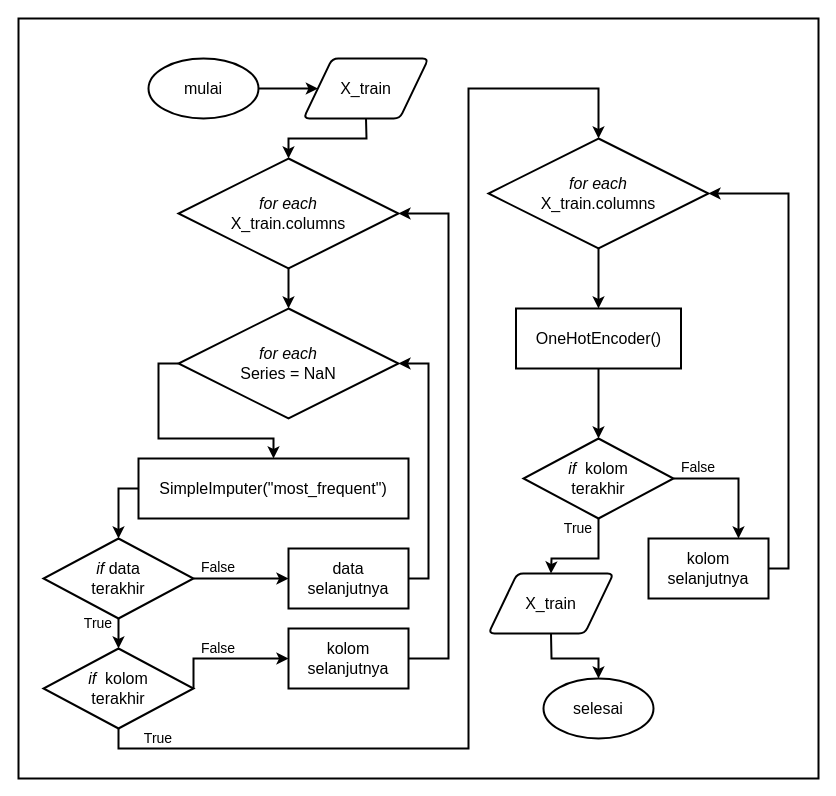
This is Images/flowchart_prep_categoric.drawio from rshby/skripsi, a draw.io file, before an edit. Source tidied: cells renumbered, new cells numbered last; positions are measured from the earlier drawing's top-left corner, leaving out a move shared by most shapes. Both pictures are drawn from the tidied source at 100%, with x=0, y=0 at pixel (18, 18).
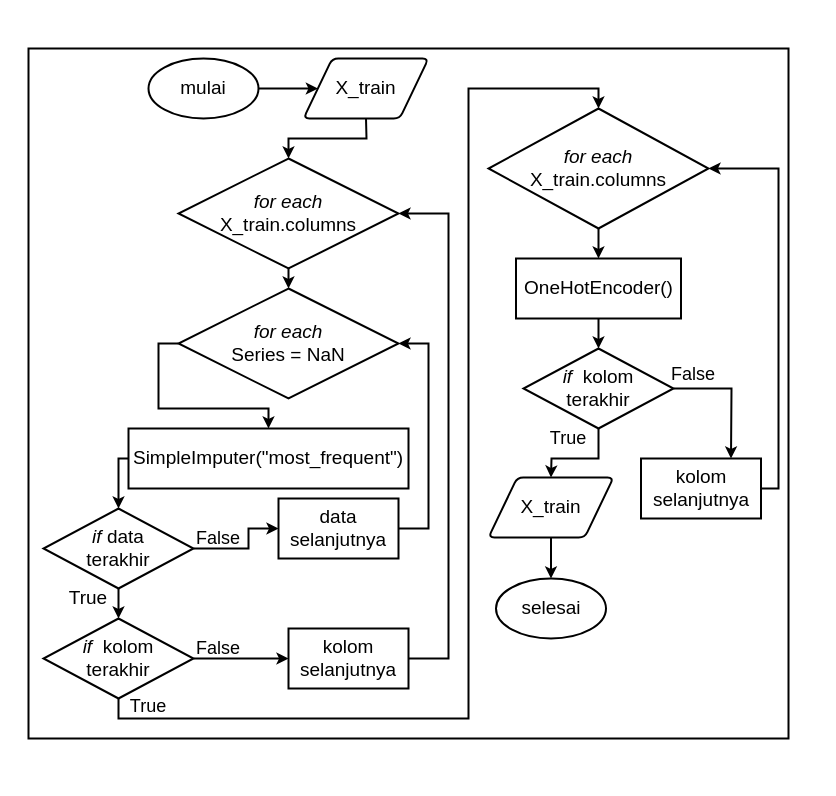
Above is the later version.

Change to the diagram source:
```diff
@@
-    <mxCell id="2" style="group;" parent="1" vertex="1">
-      <mxGeometry width="800" height="760" as="geometry" />
-    </mxCell>
-    <mxCell id="3" style="rounded=0;whiteSpace=wrap;html=1;strokeWidth=2;" parent="2" vertex="1">
-      <mxGeometry width="800" height="760" as="geometry" />
-    </mxCell>
+    <mxCell id="42" style="group;" parent="1" vertex="1">
+      <mxGeometry x="10" y="30" width="760" height="690" as="geometry" />
+    </mxCell>
+    <mxCell id="43" style="rounded=0;whiteSpace=wrap;html=1;fontSize=19;strokeWidth=2;" parent="42" vertex="1">
+      <mxGeometry width="760" height="690" as="geometry" />
+    </mxCell>
-    <mxCell id="4" value="&lt;font style=&quot;font-size: 16px&quot;&gt;mulai&lt;/font&gt;" style="ellipse;whiteSpace=wrap;html=1;strokeWidth=2;" parent="2" vertex="1">
-      <mxGeometry x="130" y="40" width="110" height="60" as="geometry" />
+    <mxCell id="4" value="&lt;font style=&quot;font-size: 19px&quot;&gt;mulai&lt;/font&gt;" style="ellipse;whiteSpace=wrap;html=1;strokeWidth=2;" parent="42" vertex="1">
+      <mxGeometry x="120" y="10" width="110" height="60" as="geometry" />
     </mxCell>
-    <mxCell id="5" value="&lt;font style=&quot;font-size: 16px&quot;&gt;selesai&lt;/font&gt;" style="ellipse;whiteSpace=wrap;html=1;strokeWidth=2;" parent="2" vertex="1">
-      <mxGeometry x="525" y="660" width="110" height="60" as="geometry" />
+    <mxCell id="5" value="&lt;font style=&quot;font-size: 19px&quot;&gt;selesai&lt;/font&gt;" style="ellipse;whiteSpace=wrap;html=1;strokeWidth=2;" parent="42" vertex="1">
+      <mxGeometry x="467.5" y="530" width="110" height="60" as="geometry" />
     </mxCell>
-    <mxCell id="6" value="&lt;font style=&quot;font-size: 16px&quot;&gt;X_train&lt;/font&gt;" style="shape=parallelogram;html=1;strokeWidth=2;perimeter=parallelogramPerimeter;whiteSpace=wrap;rounded=1;arcSize=12;size=0.23;" parent="2" vertex="1">
-      <mxGeometry x="285" y="40" width="125" height="60" as="geometry" />
+    <mxCell id="6" value="&lt;font style=&quot;font-size: 19px&quot;&gt;X_train&lt;/font&gt;" style="shape=parallelogram;html=1;strokeWidth=2;perimeter=parallelogramPerimeter;whiteSpace=wrap;rounded=1;arcSize=12;size=0.23;" parent="42" vertex="1">
+      <mxGeometry x="275" y="10" width="125" height="60" as="geometry" />
     </mxCell>
-    <mxCell id="7" value="&lt;font style=&quot;font-size: 16px&quot;&gt;&lt;i&gt;for each&lt;/i&gt;&lt;br&gt;X_train.columns&lt;/font&gt;" style="rhombus;whiteSpace=wrap;html=1;strokeWidth=2;" parent="2" vertex="1">
-      <mxGeometry x="160" y="140" width="220" height="110" as="geometry" />
+    <mxCell id="7" value="&lt;font style=&quot;font-size: 19px&quot;&gt;&lt;i&gt;for each&lt;/i&gt;&lt;br&gt;X_train.columns&lt;/font&gt;" style="rhombus;whiteSpace=wrap;html=1;strokeWidth=2;" parent="42" vertex="1">
+      <mxGeometry x="150" y="110" width="220" height="110" as="geometry" />
     </mxCell>
-    <mxCell id="8" style="endArrow=classic;html=1;exitX=1;exitY=0.5;exitDx=0;exitDy=0;strokeWidth=2;entryX=0;entryY=0.5;entryDx=0;entryDy=0;" parent="2" edge="1" source="4" target="6">
-      <mxGeometry as="geometry" />
+    <mxCell id="8" style="endArrow=classic;html=1;exitX=1;exitY=0.5;exitDx=0;exitDy=0;strokeWidth=2;entryX=0;entryY=0.5;entryDx=0;entryDy=0;" parent="42" edge="1" source="4" target="6">
+      <mxGeometry x="-10" y="-30" as="geometry" />
     </mxCell>
-    <mxCell id="9" style="endArrow=classic;html=1;strokeWidth=2;exitX=0.5;exitY=1;exitDx=0;exitDy=0;entryX=0.5;entryY=0;entryDx=0;entryDy=0;rounded=0;" parent="2" edge="1" source="6" target="7">
-      <mxGeometry as="geometry">
+    <mxCell id="9" style="endArrow=classic;html=1;strokeWidth=2;exitX=0.5;exitY=1;exitDx=0;exitDy=0;entryX=0.5;entryY=0;entryDx=0;entryDy=0;rounded=0;" parent="42" edge="1" source="6" target="7">
+      <mxGeometry x="-10" y="-30" as="geometry">
         <Array as="points">
-          <mxPoint x="348" y="120" />
-          <mxPoint x="270" y="120" />
+          <mxPoint x="338" y="90" />
+          <mxPoint x="260" y="90" />
         </Array>
       </mxGeometry>
     </mxCell>
-    <mxCell id="10" value="&lt;font style=&quot;font-size: 16px&quot;&gt;&lt;i&gt;for each&lt;/i&gt;&lt;br&gt;Series = NaN&lt;/font&gt;" style="rhombus;whiteSpace=wrap;html=1;strokeWidth=2;" parent="2" vertex="1">
-      <mxGeometry x="160" y="290" width="220" height="110" as="geometry" />
+    <mxCell id="10" value="&lt;font style=&quot;font-size: 19px&quot;&gt;&lt;i&gt;for each&lt;/i&gt;&lt;br&gt;Series = NaN&lt;/font&gt;" style="rhombus;whiteSpace=wrap;html=1;strokeWidth=2;" parent="42" vertex="1">
+      <mxGeometry x="150" y="240" width="220" height="110" as="geometry" />
     </mxCell>
-    <mxCell id="11" style="endArrow=classic;html=1;strokeWidth=2;exitX=0.5;exitY=1;exitDx=0;exitDy=0;entryX=0.5;entryY=0;entryDx=0;entryDy=0;" parent="2" edge="1" source="7" target="10">
-      <mxGeometry as="geometry" />
+    <mxCell id="11" style="endArrow=classic;html=1;strokeWidth=2;exitX=0.5;exitY=1;exitDx=0;exitDy=0;entryX=0.5;entryY=0;entryDx=0;entryDy=0;" parent="42" edge="1" source="7" target="10">
+      <mxGeometry x="-10" y="-30" as="geometry" />
     </mxCell>
-    <mxCell id="12" value="&lt;font style=&quot;font-size: 16px&quot;&gt;SimpleImputer(&quot;most_frequent&quot;)&lt;/font&gt;" style="rounded=0;whiteSpace=wrap;html=1;strokeWidth=2;" parent="2" vertex="1">
-      <mxGeometry x="120" y="440" width="270" height="60" as="geometry" />
+    <mxCell id="12" value="&lt;font style=&quot;font-size: 19px&quot;&gt;SimpleImputer(&quot;most_frequent&quot;)&lt;/font&gt;" style="rounded=0;whiteSpace=wrap;html=1;strokeWidth=2;" parent="42" vertex="1">
+      <mxGeometry x="100" y="380" width="280" height="60" as="geometry" />
     </mxCell>
-    <mxCell id="13" style="endArrow=classic;html=1;strokeWidth=2;exitX=0;exitY=0.5;exitDx=0;exitDy=0;entryX=0.5;entryY=0;entryDx=0;entryDy=0;rounded=0;" parent="2" edge="1" source="10" target="12">
-      <mxGeometry as="geometry">
+    <mxCell id="13" style="endArrow=classic;html=1;strokeWidth=2;exitX=0;exitY=0.5;exitDx=0;exitDy=0;entryX=0.5;entryY=0;entryDx=0;entryDy=0;rounded=0;" parent="42" edge="1" source="10" target="12">
+      <mxGeometry x="110" y="-180" as="geometry">
         <Array as="points">
-          <mxPoint x="140" y="345" />
-          <mxPoint x="140" y="420" />
-          <mxPoint x="255" y="420" />
+          <mxPoint x="130" y="295" />
+          <mxPoint x="130" y="360" />
+          <mxPoint x="240" y="360" />
         </Array>
       </mxGeometry>
     </mxCell>
-    <mxCell id="14" value="&lt;font style=&quot;font-size: 16px&quot;&gt;&lt;i&gt;if&lt;/i&gt;&amp;nbsp;data&lt;br&gt;terakhir&lt;/font&gt;" style="rhombus;whiteSpace=wrap;html=1;strokeWidth=2;" parent="2" vertex="1">
-      <mxGeometry x="25" y="520" width="150" height="80" as="geometry" />
+    <mxCell id="14" value="&lt;font style=&quot;font-size: 19px&quot;&gt;&lt;i&gt;if&lt;/i&gt;&amp;nbsp;data&lt;br&gt;terakhir&lt;/font&gt;" style="rhombus;whiteSpace=wrap;html=1;strokeWidth=2;" parent="42" vertex="1">
+      <mxGeometry x="15" y="460" width="150" height="80" as="geometry" />
     </mxCell>
-    <mxCell id="15" value="&lt;font style=&quot;font-size: 16px&quot;&gt;data&lt;br&gt;selanjutnya&lt;/font&gt;" style="rounded=0;whiteSpace=wrap;html=1;strokeWidth=2;" parent="2" vertex="1">
-      <mxGeometry x="270" y="530" width="120" height="60" as="geometry" />
+    <mxCell id="15" value="&lt;font style=&quot;font-size: 19px&quot;&gt;data&lt;br&gt;selanjutnya&lt;/font&gt;" style="rounded=0;whiteSpace=wrap;html=1;strokeWidth=2;" parent="42" vertex="1">
+      <mxGeometry x="250" y="450" width="120" height="60" as="geometry" />
     </mxCell>
-    <mxCell id="16" value="&lt;font style=&quot;font-size: 16px&quot;&gt;&lt;i&gt;if&lt;/i&gt;&amp;nbsp; kolom&lt;br&gt;terakhir&lt;/font&gt;" style="rhombus;whiteSpace=wrap;html=1;strokeWidth=2;" parent="2" vertex="1">
-      <mxGeometry x="25" y="630" width="150" height="80" as="geometry" />
+    <mxCell id="16" value="&lt;font style=&quot;font-size: 19px&quot;&gt;&lt;i&gt;if&lt;/i&gt;&amp;nbsp; kolom&lt;br&gt;terakhir&lt;/font&gt;" style="rhombus;whiteSpace=wrap;html=1;strokeWidth=2;" parent="42" vertex="1">
+      <mxGeometry x="15" y="570" width="150" height="80" as="geometry" />
     </mxCell>
-    <mxCell id="17" value="&lt;font style=&quot;font-size: 16px&quot;&gt;kolom&lt;br&gt;selanjutnya&lt;/font&gt;" style="rounded=0;whiteSpace=wrap;html=1;strokeWidth=2;" parent="2" vertex="1">
-      <mxGeometry x="270" y="610" width="120" height="60" as="geometry" />
+    <mxCell id="17" value="&lt;font style=&quot;font-size: 19px&quot;&gt;kolom&lt;br&gt;selanjutnya&lt;/font&gt;" style="rounded=0;whiteSpace=wrap;html=1;strokeWidth=2;" parent="42" vertex="1">
+      <mxGeometry x="260" y="580" width="120" height="60" as="geometry" />
     </mxCell>
-    <mxCell id="18" style="endArrow=classic;html=1;strokeWidth=2;exitX=0;exitY=0.5;exitDx=0;exitDy=0;entryX=0.5;entryY=0;entryDx=0;entryDy=0;rounded=0;" parent="2" edge="1" source="12" target="14">
-      <mxGeometry as="geometry">
+    <mxCell id="18" style="endArrow=classic;html=1;strokeWidth=2;exitX=0;exitY=0.5;exitDx=0;exitDy=0;entryX=0.5;entryY=0;entryDx=0;entryDy=0;rounded=0;" parent="42" edge="1" source="12" target="14">
+      <mxGeometry x="-10" y="-30" as="geometry">
         <Array as="points">
-          <mxPoint x="100" y="470" />
+          <mxPoint x="90" y="410" />
         </Array>
       </mxGeometry>
     </mxCell>
-    <mxCell id="19" style="endArrow=classic;html=1;strokeWidth=2;exitX=1;exitY=0.5;exitDx=0;exitDy=0;entryX=1;entryY=0.5;entryDx=0;entryDy=0;rounded=0;" parent="2" edge="1" source="15" target="10">
-      <mxGeometry as="geometry">
+    <mxCell id="19" style="endArrow=classic;html=1;strokeWidth=2;exitX=1;exitY=0.5;exitDx=0;exitDy=0;entryX=1;entryY=0.5;entryDx=0;entryDy=0;rounded=0;" parent="42" edge="1" source="15" target="10">
+      <mxGeometry x="-10" y="-30" as="geometry">
         <Array as="points">
-          <mxPoint x="410" y="560" />
-          <mxPoint x="410" y="345" />
+          <mxPoint x="400" y="480" />
+          <mxPoint x="400" y="295" />
         </Array>
       </mxGeometry>
     </mxCell>
-    <mxCell id="20" style="endArrow=classic;html=1;strokeWidth=2;exitX=1;exitY=0.5;exitDx=0;exitDy=0;entryX=1;entryY=0.5;entryDx=0;entryDy=0;rounded=0;" parent="2" edge="1" source="17" target="7">
-      <mxGeometry as="geometry">
+    <mxCell id="20" style="endArrow=classic;html=1;strokeWidth=2;exitX=1;exitY=0.5;exitDx=0;exitDy=0;entryX=1;entryY=0.5;entryDx=0;entryDy=0;rounded=0;" parent="42" edge="1" source="17" target="7">
+      <mxGeometry x="-10" y="-30" as="geometry">
         <Array as="points">
-          <mxPoint x="430" y="640" />
-          <mxPoint x="430" y="195" />
+          <mxPoint x="420" y="610" />
+          <mxPoint x="420" y="165" />
         </Array>
       </mxGeometry>
     </mxCell>
-    <mxCell id="21" style="endArrow=classic;html=1;strokeWidth=2;exitX=1;exitY=0.5;exitDx=0;exitDy=0;entryX=0;entryY=0.5;entryDx=0;entryDy=0;" parent="2" edge="1" source="14" target="15">
-      <mxGeometry as="geometry" />
+    <mxCell id="21" style="endArrow=classic;html=1;strokeWidth=2;exitX=1;exitY=0.5;exitDx=0;exitDy=0;entryX=0;entryY=0.5;entryDx=0;entryDy=0;rounded=0;" parent="42" edge="1" source="14" target="15">
+      <mxGeometry x="-10" y="-30" as="geometry">
+        <Array as="points">
+          <mxPoint x="220" y="500" />
+          <mxPoint x="220" y="480" />
+        </Array>
+      </mxGeometry>
     </mxCell>
-    <mxCell id="22" style="endArrow=classic;html=1;strokeWidth=2;exitX=0.5;exitY=1;exitDx=0;exitDy=0;" parent="2" edge="1" source="14">
-      <mxGeometry as="geometry">
-        <mxPoint x="100" y="630" as="targetPoint" />
-      </mxGeometry>
+    <mxCell id="22" style="endArrow=classic;html=1;strokeWidth=2;exitX=0.5;exitY=1;exitDx=0;exitDy=0;entryX=0.5;entryY=0;entryDx=0;entryDy=0;" parent="42" edge="1" source="14" target="16">
+      <mxGeometry x="-10" y="-30" as="geometry" />
     </mxCell>
-    <mxCell id="23" style="endArrow=classic;html=1;strokeWidth=2;exitX=1;exitY=0.5;exitDx=0;exitDy=0;entryX=0;entryY=0.5;entryDx=0;entryDy=0;rounded=0;" parent="2" edge="1" source="16" target="17">
-      <mxGeometry as="geometry">
+    <mxCell id="23" style="endArrow=classic;html=1;strokeWidth=2;exitX=1;exitY=0.5;exitDx=0;exitDy=0;entryX=0;entryY=0.5;entryDx=0;entryDy=0;rounded=0;" parent="42" edge="1" source="16" target="17">
+      <mxGeometry x="-10" y="-30" as="geometry">
         <Array as="points">
-          <mxPoint x="175" y="640" />
+          <mxPoint x="165" y="610" />
         </Array>
       </mxGeometry>
     </mxCell>
-    <mxCell id="24" value="&lt;font style=&quot;font-size: 16px&quot;&gt;&lt;i&gt;for each&lt;/i&gt;&lt;br&gt;X_train.columns&lt;/font&gt;" style="rhombus;whiteSpace=wrap;html=1;strokeWidth=2;" parent="2" vertex="1">
-      <mxGeometry x="470" y="120" width="220" height="110" as="geometry" />
+    <mxCell id="24" value="&lt;font style=&quot;font-size: 19px&quot;&gt;&lt;i&gt;for each&lt;/i&gt;&lt;br&gt;X_train.columns&lt;/font&gt;" style="rhombus;whiteSpace=wrap;html=1;strokeWidth=2;" parent="42" vertex="1">
+      <mxGeometry x="460" y="60" width="220" height="120" as="geometry" />
     </mxCell>
-    <mxCell id="25" style="endArrow=classic;html=1;strokeWidth=2;exitX=0.5;exitY=1;exitDx=0;exitDy=0;entryX=0.5;entryY=0;entryDx=0;entryDy=0;rounded=0;" parent="2" edge="1" source="16" target="24">
-      <mxGeometry as="geometry">
+    <mxCell id="25" style="endArrow=classic;html=1;strokeWidth=2;exitX=0.5;exitY=1;exitDx=0;exitDy=0;entryX=0.5;entryY=0;entryDx=0;entryDy=0;rounded=0;" parent="42" edge="1" source="16" target="24">
+      <mxGeometry x="-10" y="-30" as="geometry">
         <Array as="points">
-          <mxPoint x="100" y="730" />
-          <mxPoint x="450" y="730" />
-          <mxPoint x="450" y="70" />
-          <mxPoint x="580" y="70" />
+          <mxPoint x="90" y="670" />
+          <mxPoint x="440" y="670" />
+          <mxPoint x="440" y="40" />
+          <mxPoint x="570" y="40" />
         </Array>
       </mxGeometry>
     </mxCell>
-    <mxCell id="26" value="&lt;font style=&quot;font-size: 16px&quot;&gt;&lt;i&gt;if&lt;/i&gt;&amp;nbsp; kolom&lt;br&gt;terakhir&lt;/font&gt;" style="rhombus;whiteSpace=wrap;html=1;strokeWidth=2;" parent="2" vertex="1">
-      <mxGeometry x="505" y="420" width="150" height="80" as="geometry" />
+    <mxCell id="26" value="&lt;font style=&quot;font-size: 19px&quot;&gt;&lt;i&gt;if&lt;/i&gt;&amp;nbsp; kolom&lt;br&gt;terakhir&lt;/font&gt;" style="rhombus;whiteSpace=wrap;html=1;strokeWidth=2;" parent="42" vertex="1">
+      <mxGeometry x="495" y="300" width="150" height="80" as="geometry" />
     </mxCell>
-    <mxCell id="27" value="&lt;font style=&quot;font-size: 16px&quot;&gt;OneHotEncoder()&lt;/font&gt;" style="rounded=0;whiteSpace=wrap;html=1;strokeWidth=2;" parent="2" vertex="1">
-      <mxGeometry x="497.5" y="290" width="165" height="60" as="geometry" />
+    <mxCell id="27" value="&lt;font style=&quot;font-size: 19px&quot;&gt;OneHotEncoder()&lt;/font&gt;" style="rounded=0;whiteSpace=wrap;html=1;strokeWidth=2;" parent="42" vertex="1">
+      <mxGeometry x="487.5" y="210" width="165" height="60" as="geometry" />
     </mxCell>
-    <mxCell id="28" value="&lt;font style=&quot;font-size: 16px&quot;&gt;kolom&lt;br&gt;selanjutnya&lt;/font&gt;" style="rounded=0;whiteSpace=wrap;html=1;strokeWidth=2;" parent="2" vertex="1">
-      <mxGeometry x="630" y="520" width="120" height="60" as="geometry" />
+    <mxCell id="28" value="&lt;font style=&quot;font-size: 19px&quot;&gt;kolom&lt;br&gt;selanjutnya&lt;/font&gt;" style="rounded=0;whiteSpace=wrap;html=1;strokeWidth=2;" parent="42" vertex="1">
+      <mxGeometry x="612.5" y="410" width="120" height="60" as="geometry" />
     </mxCell>
-    <mxCell id="29" style="endArrow=classic;html=1;strokeWidth=2;exitX=0.5;exitY=1;exitDx=0;exitDy=0;entryX=0.5;entryY=0;entryDx=0;entryDy=0;" parent="2" edge="1" source="24" target="27">
-      <mxGeometry as="geometry" />
+    <mxCell id="29" style="endArrow=classic;html=1;strokeWidth=2;exitX=0.5;exitY=1;exitDx=0;exitDy=0;entryX=0.5;entryY=0;entryDx=0;entryDy=0;" parent="42" edge="1" source="24" target="27">
+      <mxGeometry x="-10" y="-30" as="geometry" />
     </mxCell>
-    <mxCell id="30" style="endArrow=classic;html=1;strokeWidth=2;exitX=0.5;exitY=1;exitDx=0;exitDy=0;entryX=0.5;entryY=0;entryDx=0;entryDy=0;" parent="2" edge="1" source="27" target="26">
-      <mxGeometry as="geometry" />
+    <mxCell id="30" style="endArrow=classic;html=1;strokeWidth=2;exitX=0.5;exitY=1;exitDx=0;exitDy=0;entryX=0.5;entryY=0;entryDx=0;entryDy=0;" parent="42" edge="1" source="27" target="26">
+      <mxGeometry x="-10" y="-30" as="geometry" />
     </mxCell>
-    <mxCell id="31" style="endArrow=classic;html=1;strokeWidth=2;exitX=1;exitY=0.5;exitDx=0;exitDy=0;entryX=0.75;entryY=0;entryDx=0;entryDy=0;rounded=0;" parent="2" edge="1" source="26" target="28">
-      <mxGeometry as="geometry">
+    <mxCell id="31" style="endArrow=classic;html=1;strokeWidth=2;exitX=1;exitY=0.5;exitDx=0;exitDy=0;entryX=0.75;entryY=0;entryDx=0;entryDy=0;rounded=0;" parent="42" edge="1" source="26" target="28">
+      <mxGeometry x="110" y="-180" as="geometry">
         <Array as="points">
-          <mxPoint x="720" y="460" />
+          <mxPoint x="703" y="340" />
         </Array>
       </mxGeometry>
     </mxCell>
-    <mxCell id="32" style="endArrow=classic;html=1;strokeWidth=2;exitX=0.5;exitY=1;exitDx=0;exitDy=0;entryX=0.5;entryY=0;entryDx=0;entryDy=0;rounded=0;" parent="2" edge="1" source="26" target="40">
-      <mxGeometry as="geometry">
+    <mxCell id="32" style="endArrow=classic;html=1;strokeWidth=2;exitX=0.5;exitY=1;exitDx=0;exitDy=0;entryX=0.5;entryY=0;entryDx=0;entryDy=0;rounded=0;" parent="42" edge="1" source="26" target="40">
+      <mxGeometry x="110" y="-180" as="geometry">
         <Array as="points">
-          <mxPoint x="580" y="540" />
-          <mxPoint x="533" y="540" />
+          <mxPoint x="570" y="410" />
+          <mxPoint x="523" y="410" />
         </Array>
       </mxGeometry>
     </mxCell>
-    <mxCell id="33" style="endArrow=classic;html=1;strokeWidth=2;exitX=1;exitY=0.5;exitDx=0;exitDy=0;entryX=1;entryY=0.5;entryDx=0;entryDy=0;rounded=0;" parent="2" edge="1" source="28" target="24">
-      <mxGeometry as="geometry">
+    <mxCell id="33" style="endArrow=classic;html=1;strokeWidth=2;exitX=1;exitY=0.5;exitDx=0;exitDy=0;entryX=1;entryY=0.5;entryDx=0;entryDy=0;rounded=0;" parent="42" edge="1" source="28" target="24">
+      <mxGeometry x="-10" y="-30" as="geometry">
         <Array as="points">
-          <mxPoint x="770" y="550" />
-          <mxPoint x="770" y="175" />
+          <mxPoint x="750" y="440" />
+          <mxPoint x="750" y="120" />
         </Array>
       </mxGeometry>
     </mxCell>
-    <mxCell id="34" value="&lt;font style=&quot;font-size: 14px&quot;&gt;True&lt;/font&gt;" style="text;html=1;strokeColor=none;fillColor=none;align=center;verticalAlign=middle;whiteSpace=wrap;rounded=0;" parent="2" vertex="1">
-      <mxGeometry x="60" y="595" width="40" height="20" as="geometry" />
+    <mxCell id="34" value="&lt;font style=&quot;font-size: 19px&quot;&gt;True&lt;/font&gt;" style="text;html=1;strokeColor=none;fillColor=none;align=center;verticalAlign=middle;whiteSpace=wrap;rounded=0;" parent="42" vertex="1">
+      <mxGeometry x="40" y="540" width="40" height="20" as="geometry" />
     </mxCell>
-    <mxCell id="35" value="&lt;font style=&quot;font-size: 14px&quot;&gt;False&lt;/font&gt;" style="text;html=1;strokeColor=none;fillColor=none;align=center;verticalAlign=middle;whiteSpace=wrap;rounded=0;" parent="2" vertex="1">
-      <mxGeometry x="180" y="539" width="40" height="20" as="geometry" />
+    <mxCell id="35" value="&lt;font style=&quot;font-size: 18px&quot;&gt;False&lt;/font&gt;" style="text;html=1;strokeColor=none;fillColor=none;align=center;verticalAlign=middle;whiteSpace=wrap;rounded=0;" parent="42" vertex="1">
+      <mxGeometry x="170" y="480" width="40" height="20" as="geometry" />
     </mxCell>
-    <mxCell id="36" value="&lt;font style=&quot;font-size: 14px&quot;&gt;False&lt;/font&gt;" style="text;html=1;strokeColor=none;fillColor=none;align=center;verticalAlign=middle;whiteSpace=wrap;rounded=0;" parent="2" vertex="1">
-      <mxGeometry x="180" y="620" width="40" height="20" as="geometry" />
+    <mxCell id="36" value="&lt;font style=&quot;font-size: 18px&quot;&gt;False&lt;/font&gt;" style="text;html=1;strokeColor=none;fillColor=none;align=center;verticalAlign=middle;whiteSpace=wrap;rounded=0;" parent="42" vertex="1">
+      <mxGeometry x="170" y="590" width="40" height="20" as="geometry" />
     </mxCell>
-    <mxCell id="37" value="&lt;font style=&quot;font-size: 14px&quot;&gt;True&lt;/font&gt;" style="text;html=1;strokeColor=none;fillColor=none;align=center;verticalAlign=middle;whiteSpace=wrap;rounded=0;" parent="2" vertex="1">
-      <mxGeometry x="120" y="710" width="40" height="20" as="geometry" />
+    <mxCell id="37" value="&lt;font style=&quot;font-size: 18px&quot;&gt;True&lt;/font&gt;" style="text;html=1;strokeColor=none;fillColor=none;align=center;verticalAlign=middle;whiteSpace=wrap;rounded=0;" parent="42" vertex="1">
+      <mxGeometry x="100" y="648" width="40" height="20" as="geometry" />
     </mxCell>
-    <mxCell id="38" value="&lt;font style=&quot;font-size: 14px&quot;&gt;False&lt;/font&gt;" style="text;html=1;strokeColor=none;fillColor=none;align=center;verticalAlign=middle;whiteSpace=wrap;rounded=0;" parent="2" vertex="1">
-      <mxGeometry x="660" y="439" width="40" height="20" as="geometry" />
+    <mxCell id="38" value="&lt;font style=&quot;font-size: 18px&quot;&gt;False&lt;/font&gt;" style="text;html=1;strokeColor=none;fillColor=none;align=center;verticalAlign=middle;whiteSpace=wrap;rounded=0;" parent="42" vertex="1">
+      <mxGeometry x="645" y="316" width="40" height="20" as="geometry" />
     </mxCell>
-    <mxCell id="39" value="&lt;font style=&quot;font-size: 14px&quot;&gt;True&lt;/font&gt;" style="text;html=1;strokeColor=none;fillColor=none;align=center;verticalAlign=middle;whiteSpace=wrap;rounded=0;" parent="2" vertex="1">
-      <mxGeometry x="540" y="500" width="40" height="20" as="geometry" />
+    <mxCell id="39" value="&lt;font style=&quot;font-size: 18px&quot;&gt;True&lt;/font&gt;" style="text;html=1;strokeColor=none;fillColor=none;align=center;verticalAlign=middle;whiteSpace=wrap;rounded=0;" parent="42" vertex="1">
+      <mxGeometry x="520" y="380" width="40" height="20" as="geometry" />
     </mxCell>
-    <mxCell id="40" value="&lt;font style=&quot;font-size: 16px&quot;&gt;X_train&lt;/font&gt;" style="shape=parallelogram;html=1;strokeWidth=2;perimeter=parallelogramPerimeter;whiteSpace=wrap;rounded=1;arcSize=12;size=0.23;" parent="2" vertex="1">
-      <mxGeometry x="470" y="555" width="125" height="60" as="geometry" />
+    <mxCell id="40" value="&lt;font style=&quot;font-size: 19px&quot;&gt;X_train&lt;/font&gt;" style="shape=parallelogram;html=1;strokeWidth=2;perimeter=parallelogramPerimeter;whiteSpace=wrap;rounded=1;arcSize=12;size=0.23;" parent="42" vertex="1">
+      <mxGeometry x="460" y="429" width="125" height="60" as="geometry" />
     </mxCell>
-    <mxCell id="41" style="endArrow=classic;html=1;strokeWidth=2;exitX=0.5;exitY=1;exitDx=0;exitDy=0;entryX=0.5;entryY=0;entryDx=0;entryDy=0;rounded=0;" parent="2" edge="1" source="40" target="5">
-      <mxGeometry as="geometry">
-        <Array as="points">
-          <mxPoint x="533" y="640" />
-          <mxPoint x="580" y="640" />
-        </Array>
-      </mxGeometry>
+    <mxCell id="41" style="endArrow=classic;html=1;strokeWidth=2;exitX=0.5;exitY=1;exitDx=0;exitDy=0;entryX=0.5;entryY=0;entryDx=0;entryDy=0;rounded=0;" parent="42" edge="1" source="40" target="5">
+      <mxGeometry x="110" y="-180" as="geometry" />
     </mxCell>
```
